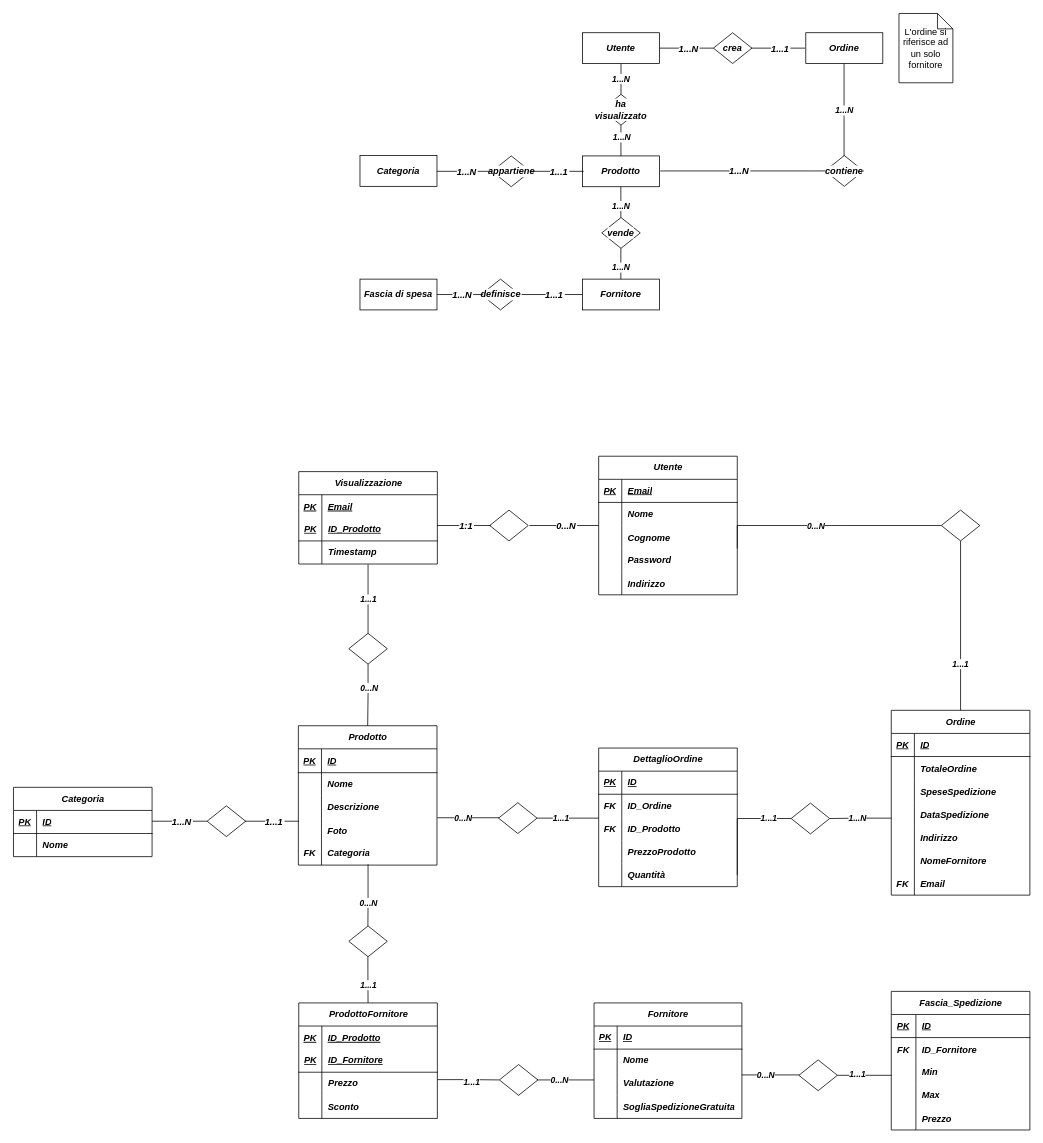
Above: Diagramma ER.drawio in peetceenatoo/primo-sito-web (draw.io), before the change. Source tidied: cells renumbered, new cells numbered last; positions are measured from the earlier drawing's top-left corner, leaving out a move shared by most shapes. Both pictures are drawn from the tidied source at 77%, with x=0, y=0 at pixel (13, 13).
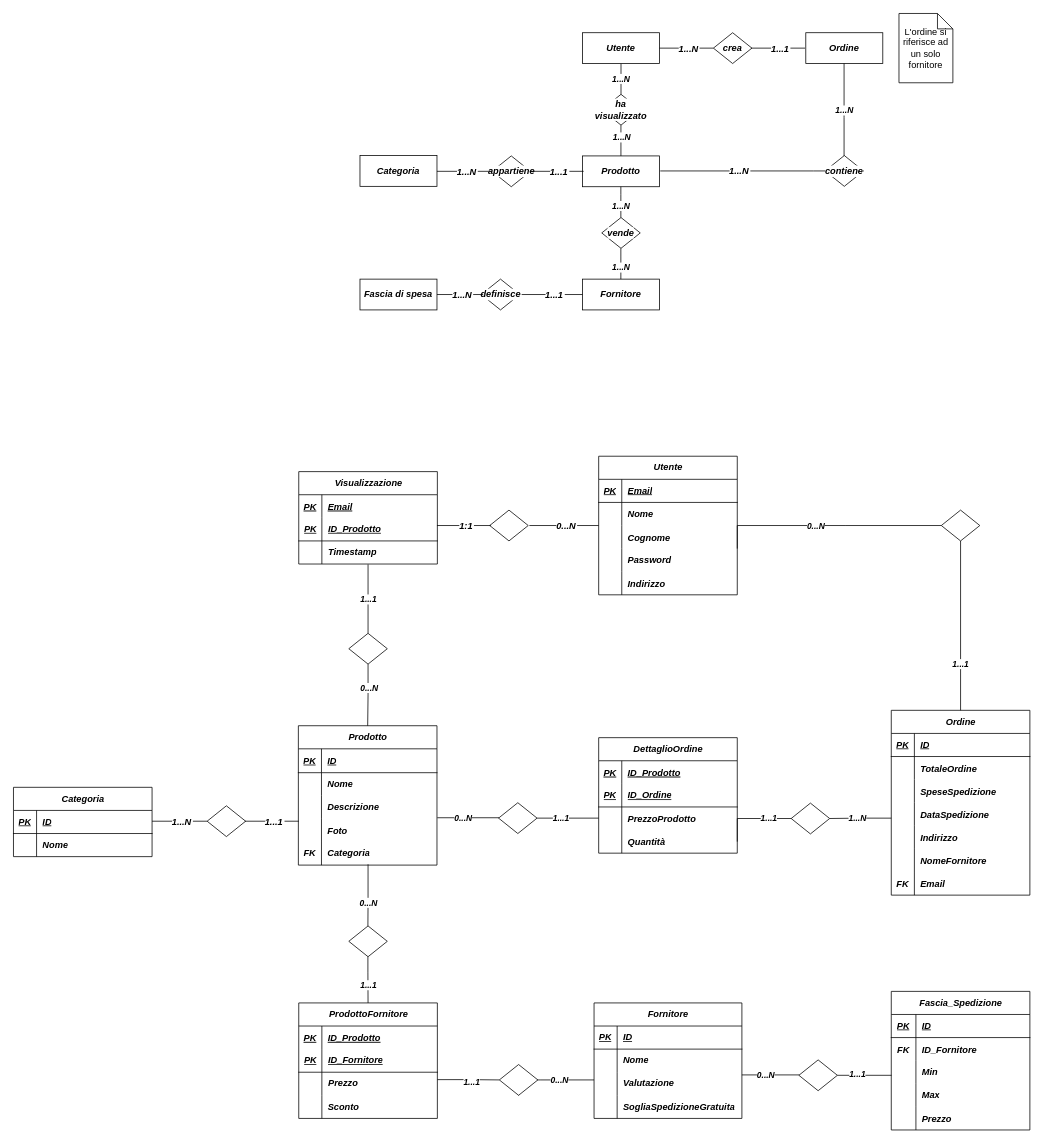
The same page after the edit.

Commit message:
Diagramma ER finito (per davvero)

What changed in the source:
```diff
@@
     <mxCell id="130" value="DettaglioOrdine" style="shape=table;startSize=30;childLayout=tableLayout;rowLines=0;fontStyle=3;align=center;html=1;" parent="1" vertex="1">
-      <mxGeometry x="760" y="954" width="180" height="180" as="geometry" />
+      <mxGeometry x="760" y="940.5" width="180" height="150" as="geometry" />
     </mxCell>
+    <mxCell id="134" style="shape=tableRow;horizontal=0;startSize=0;swimlaneHead=0;swimlaneBody=0;fillColor=none;top=0;left=0;right=0;bottom=0;" parent="130" vertex="1">
+      <mxGeometry y="30" width="180" height="30" as="geometry" />
+    </mxCell>
+    <mxCell id="135" value="PK" style="shape=partialRectangle;fillColor=none;top=0;left=0;bottom=0;right=0;overflow=hidden;fontStyle=7;" parent="134" vertex="1">
+      <mxGeometry width="30" height="30" as="geometry" />
+    </mxCell>
+    <mxCell id="136" value="ID_Prodotto" style="shape=partialRectangle;fillColor=none;top=0;left=0;bottom=0;right=0;align=left;spacingLeft=6;overflow=hidden;fontStyle=7;" parent="134" vertex="1">
+      <mxGeometry x="30" width="150" height="30" as="geometry" />
+    </mxCell>
     <mxCell id="131" style="shape=tableRow;horizontal=0;startSize=0;swimlaneHead=0;swimlaneBody=0;fillColor=none;top=0;left=0;right=0;bottom=1;fontStyle=3;" parent="130" vertex="1">
-      <mxGeometry y="30" width="180" height="30" as="geometry" />
+      <mxGeometry y="60" width="180" height="30" as="geometry" />
     </mxCell>
@@
-    <mxCell id="133" value="ID" style="shape=partialRectangle;fillColor=none;top=0;left=0;bottom=0;right=0;align=left;spacingLeft=6;fontStyle=7;overflow=hidden;whiteSpace=wrap;html=1;" parent="131" vertex="1">
+    <mxCell id="133" value="ID_Ordine" style="shape=partialRectangle;fillColor=none;top=0;left=0;bottom=0;right=0;align=left;spacingLeft=6;fontStyle=7;overflow=hidden;whiteSpace=wrap;html=1;" parent="131" vertex="1">
       <mxGeometry x="30" width="150" height="30" as="geometry" />
     </mxCell>
-    <mxCell id="134" style="shape=tableRow;horizontal=0;startSize=0;swimlaneHead=0;swimlaneBody=0;fillColor=none;top=0;left=0;right=0;bottom=0;" parent="130" vertex="1">
-      <mxGeometry y="60" width="180" height="30" as="geometry" />
-    </mxCell>
-    <mxCell id="135" value="FK" style="shape=partialRectangle;fillColor=none;top=0;left=0;bottom=0;right=0;overflow=hidden;fontStyle=3;" parent="134" vertex="1">
-      <mxGeometry width="30" height="30" as="geometry" />
-    </mxCell>
-    <mxCell id="136" value="ID_Ordine" style="shape=partialRectangle;fillColor=none;top=0;left=0;bottom=0;right=0;align=left;spacingLeft=6;overflow=hidden;fontStyle=3;" parent="134" vertex="1">
-      <mxGeometry x="30" width="150" height="30" as="geometry" />
-    </mxCell>
-    <mxCell id="137" style="shape=tableRow;horizontal=0;startSize=0;swimlaneHead=0;swimlaneBody=0;fillColor=none;top=0;left=0;right=0;bottom=0;" parent="130" vertex="1">
-      <mxGeometry y="90" width="180" height="30" as="geometry" />
-    </mxCell>
-    <mxCell id="138" value="FK" style="shape=partialRectangle;fillColor=none;top=0;left=0;bottom=0;right=0;overflow=hidden;fontStyle=3;" parent="137" vertex="1">
-      <mxGeometry width="30" height="30" as="geometry" />
-    </mxCell>
-    <mxCell id="139" value="ID_Prodotto" style="shape=partialRectangle;fillColor=none;top=0;left=0;bottom=0;right=0;align=left;spacingLeft=6;overflow=hidden;fontStyle=3;" parent="137" vertex="1">
-      <mxGeometry x="30" width="150" height="30" as="geometry" />
-    </mxCell>
     <mxCell id="140" style="shape=tableRow;horizontal=0;startSize=0;swimlaneHead=0;swimlaneBody=0;fillColor=none;top=0;left=0;right=0;bottom=0;fontStyle=3;" parent="130" vertex="1">
-      <mxGeometry y="120" width="180" height="30" as="geometry" />
+      <mxGeometry y="90" width="180" height="30" as="geometry" />
     </mxCell>
@@
     <mxCell id="143" style="shape=tableRow;horizontal=0;startSize=0;swimlaneHead=0;swimlaneBody=0;fillColor=none;points=[[0,0.5],[1,0.5]];portConstraint=eastwest;top=0;left=0;right=0;bottom=0;fontStyle=3;" parent="130" vertex="1">
-      <mxGeometry y="150" width="180" height="30" as="geometry" />
+      <mxGeometry y="120" width="180" height="30" as="geometry" />
     </mxCell>
```
